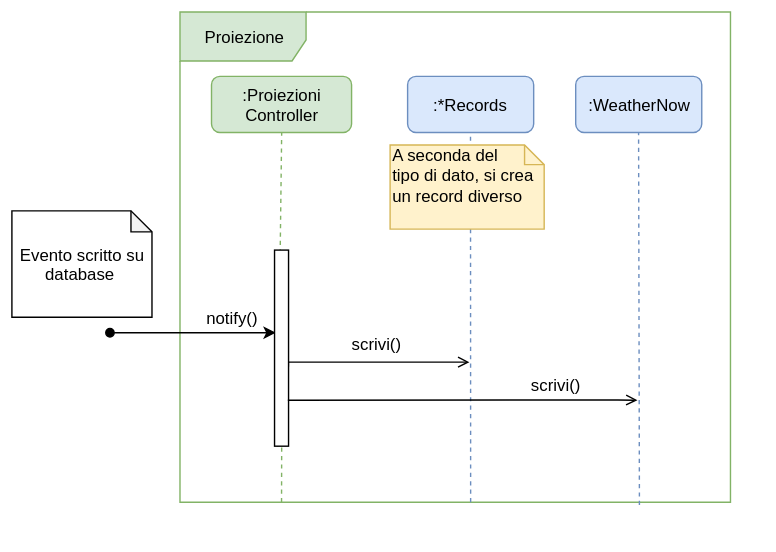
Leaaaf/weatherment.io keeps this draw.io diagram as resources/InteractionProiezione.svg. Above is the earlier version. Source tidied: cells renumbered, new cells last; positions are measured from the earlier drawing's top-left corner, leaving out a move shared by most shapes.
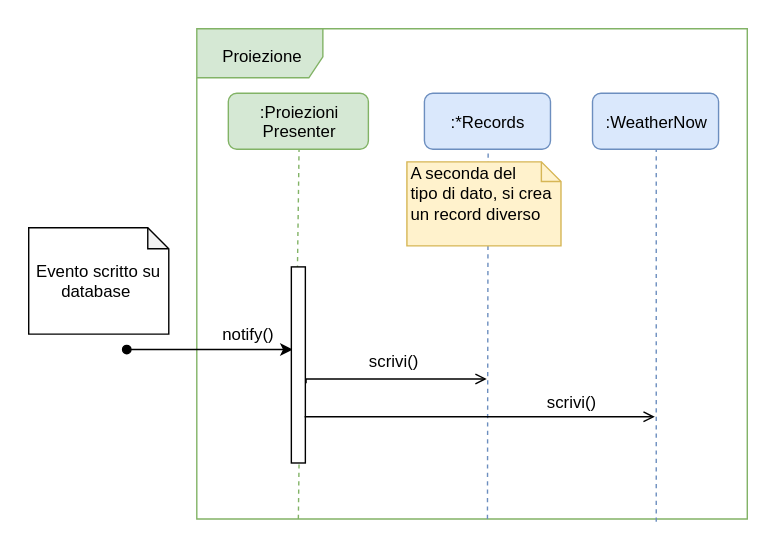
Later version of the same file.

The edit, as a diff of the source:
```diff
@@ -11,7 +11,7 @@
         <mxPoint x="188.5" y="229" as="targetPoint" />
       </mxGeometry>
     </mxCell>
-    <mxCell id="4" value=":Proiezioni&lt;br&gt;Controller&lt;br&gt;" style="shape=ext;rounded=1;html=1;whiteSpace=wrap;fillColor=#d5e8d4;strokeColor=#82b366;" parent="1" vertex="1">
+    <mxCell id="4" value=":Proiezioni&lt;br&gt;Presenter&lt;br&gt;" style="shape=ext;rounded=1;html=1;whiteSpace=wrap;fillColor=#d5e8d4;strokeColor=#82b366;" parent="1" vertex="1">
       <mxGeometry x="142.5" y="46" width="100" height="40" as="geometry" />
     </mxCell>
     <mxCell id="5" style="endArrow=none;dashed=1;html=1;exitX=0.239;exitY=1.003;exitDx=0;exitDy=0;exitPerimeter=0;fillColor=#d5e8d4;strokeColor=#82b366;entryX=0.5;entryY=1;entryDx=0;entryDy=0;" parent="1" edge="1" source="7" target="4">
```
